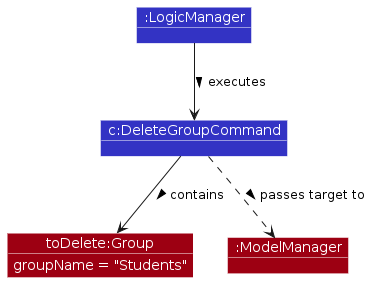
Above: diagrams/delete-group/GroupDeleteExecution.png in AY2526S2-CS2103T-W11-2/tp (PlantUML), before the change. Its source is kept beside it as diagrams/delete-group/GroupDeleteExecution.puml. Source of this version:
```plantuml
@startuml group-delete-execution
!include ../style.puml
skinparam ArrowFontStyle plain

skinparam shadowing false
skinparam ObjectFontColor #FFFFFF
skinparam ObjectAttributeFontColor #FFFFFF
skinparam ObjectBorderColor #FFFFFF

show objects
show members

object ":LogicManager" as LogicManager LOGIC_COLOR
object "c:DeleteGroupCommand" as DeleteGroupCommand LOGIC_COLOR
object "toDelete:Group" as Group MODEL_COLOR
object ":ModelManager" as ModelManager MODEL_COLOR

LogicManager --> DeleteGroupCommand : executes >
DeleteGroupCommand --> Group : contains >
DeleteGroupCommand ..> ModelManager : passes target to >

Group : groupName = "Students"
@enduml
```
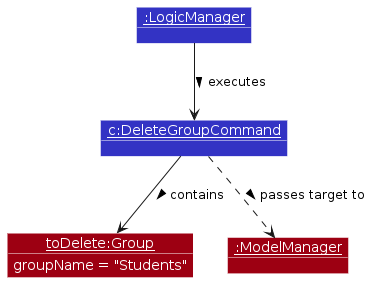
After the commit.

Diff of the diagram source:
```diff
@@ -10,10 +10,10 @@
 show objects
 show members
 
-object ":LogicManager" as LogicManager LOGIC_COLOR
-object "c:DeleteGroupCommand" as DeleteGroupCommand LOGIC_COLOR
-object "toDelete:Group" as Group MODEL_COLOR
-object ":ModelManager" as ModelManager MODEL_COLOR
+object "<u>:LogicManager</u>" as LogicManager LOGIC_COLOR
+object "<u>c:DeleteGroupCommand</u>" as DeleteGroupCommand LOGIC_COLOR
+object "<u>toDelete:Group</u>" as Group MODEL_COLOR
+object "<u>:ModelManager</u>" as ModelManager MODEL_COLOR
 
 LogicManager --> DeleteGroupCommand : executes >
 DeleteGroupCommand --> Group : contains >
```
